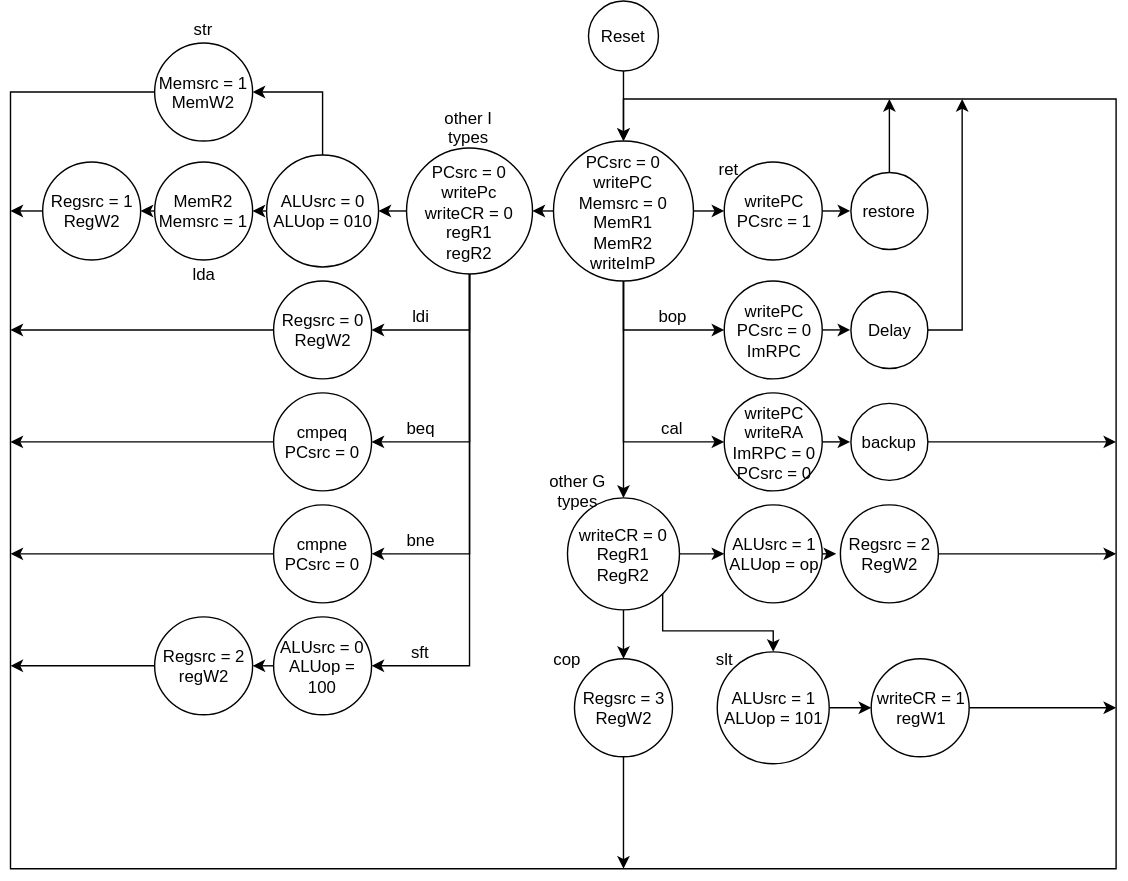
The draw.io diagram Design/images/FSM.svg in Baileymnm1999/Baej, before a commit. Source tidied: cells renumbered, new cells last; positions are measured from the earlier drawing's top-left corner, leaving out a move shared by most shapes.
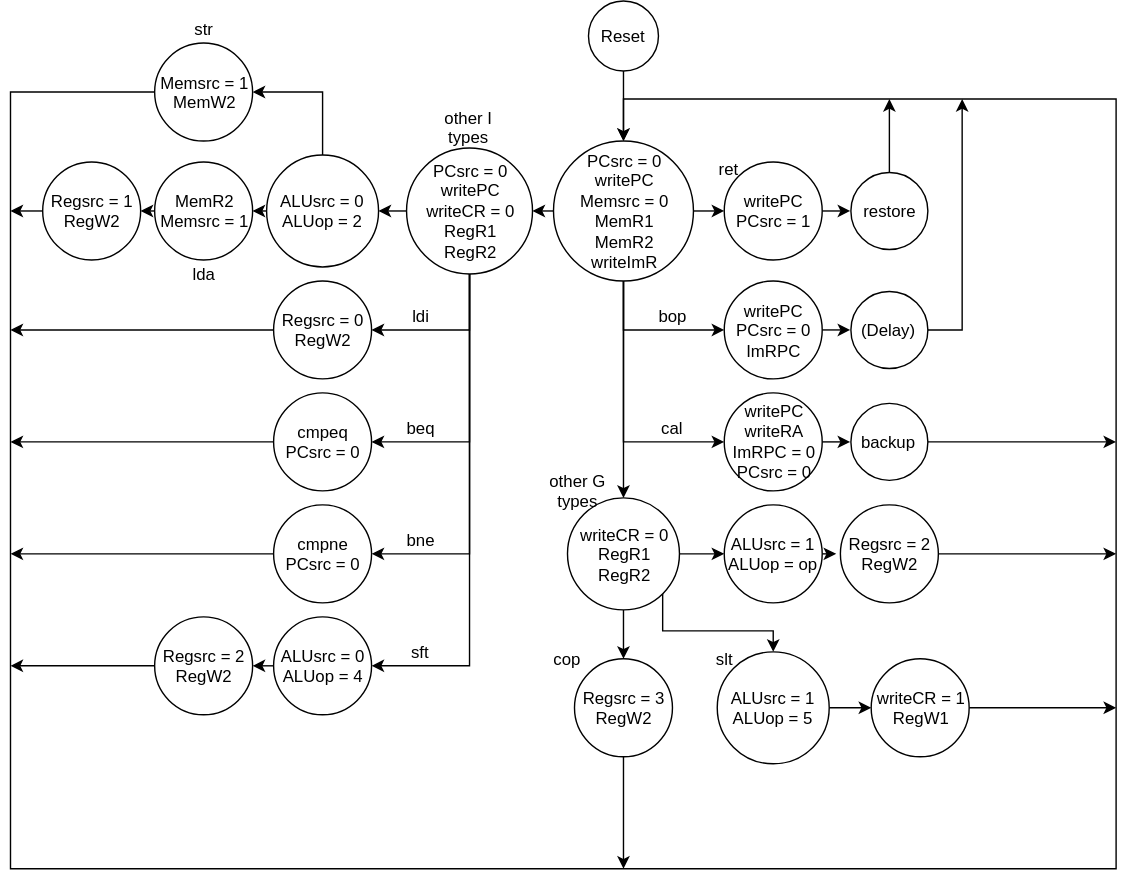
The same file after the commit.

The edit, as a diff of the source:
```diff
@@ -17,7 +17,7 @@
     <mxCell id="6" style="edgeStyle=orthogonalEdgeStyle;rounded=0;html=1;exitX=0.5;exitY=1;exitDx=0;exitDy=0;entryX=0.5;entryY=0;entryDx=0;entryDy=0;jettySize=auto;" parent="1" edge="1" source="7" target="48">
       <mxGeometry relative="1" as="geometry" />
     </mxCell>
-    <mxCell id="7" value="PCsrc = 0&lt;br&gt;writePC&lt;br&gt;Memsrc = 0&lt;br&gt;MemR1&lt;br&gt;MemR2&lt;br&gt;writeImP&lt;br&gt;" style="ellipse;whiteSpace=wrap;html=1;" parent="1" vertex="1">
+    <mxCell id="7" value="PCsrc = 0&lt;br&gt;writePC&lt;br&gt;Memsrc = 0&lt;br&gt;MemR1&lt;br&gt;MemR2&lt;br&gt;writeImR&lt;br&gt;" style="ellipse;whiteSpace=wrap;html=1;" parent="1" vertex="1">
       <mxGeometry x="387.5" y="100" width="100" height="100" as="geometry" />
     </mxCell>
     <mxCell id="8" style="edgeStyle=orthogonalEdgeStyle;rounded=0;html=1;exitX=0;exitY=0.5;exitDx=0;exitDy=0;entryX=1;entryY=0.5;entryDx=0;entryDy=0;jettySize=auto;" parent="1" edge="1" source="13" target="16">
@@ -35,7 +35,7 @@
     <mxCell id="12" style="edgeStyle=orthogonalEdgeStyle;rounded=0;html=1;exitX=0.5;exitY=1;exitDx=0;exitDy=0;entryX=1;entryY=0.5;entryDx=0;entryDy=0;jettySize=auto;" parent="1" edge="1" source="13" target="30">
       <mxGeometry relative="1" as="geometry" />
     </mxCell>
-    <mxCell id="13" value="PCsrc = 0&lt;br&gt;writePc&lt;br&gt;writeCR = 0&lt;br&gt;regR1&lt;br&gt;regR2&lt;br&gt;" style="ellipse;whiteSpace=wrap;html=1;" parent="1" vertex="1">
+    <mxCell id="13" value="PCsrc = 0&lt;br&gt;writePC&lt;br&gt;writeCR = 0&lt;br&gt;RegR1&lt;br&gt;RegR2&lt;br&gt;" style="ellipse;whiteSpace=wrap;html=1;" parent="1" vertex="1">
       <mxGeometry x="282.5" y="105" width="90" height="90" as="geometry" />
     </mxCell>
     <mxCell id="14" style="edgeStyle=orthogonalEdgeStyle;rounded=0;html=1;exitX=0;exitY=0.5;exitDx=0;exitDy=0;entryX=1;entryY=0.5;entryDx=0;entryDy=0;jettySize=auto;" parent="1" edge="1" source="16" target="18">
@@ -44,7 +44,7 @@
     <mxCell id="15" style="edgeStyle=orthogonalEdgeStyle;rounded=0;html=1;exitX=0.5;exitY=0;exitDx=0;exitDy=0;entryX=1;entryY=0.5;entryDx=0;entryDy=0;jettySize=auto;" parent="1" edge="1" source="16" target="22">
       <mxGeometry relative="1" as="geometry" />
     </mxCell>
-    <mxCell id="16" value="ALUsrc = 0&lt;br&gt;ALUop = 010&lt;br&gt;" style="ellipse;whiteSpace=wrap;html=1;" parent="1" vertex="1">
+    <mxCell id="16" value="ALUsrc = 0&lt;br&gt;ALUop = 2&lt;br&gt;" style="ellipse;whiteSpace=wrap;html=1;" parent="1" vertex="1">
       <mxGeometry x="182.5" y="110" width="80" height="80" as="geometry" />
     </mxCell>
     <mxCell id="17" style="edgeStyle=orthogonalEdgeStyle;rounded=0;html=1;exitX=0;exitY=0.5;exitDx=0;exitDy=0;entryX=1;entryY=0.5;entryDx=0;entryDy=0;jettySize=auto;" parent="1" edge="1" source="18" target="20">
@@ -102,7 +102,7 @@
     <mxCell id="29" style="edgeStyle=orthogonalEdgeStyle;rounded=0;html=1;exitX=0;exitY=0.5;exitDx=0;exitDy=0;entryX=1;entryY=0.5;entryDx=0;entryDy=0;jettySize=auto;" parent="1" edge="1" source="30" target="32">
       <mxGeometry relative="1" as="geometry" />
     </mxCell>
-    <mxCell id="30" value="ALUsrc = 0&lt;br&gt;ALUop = 100&lt;br&gt;" style="ellipse;whiteSpace=wrap;html=1;" parent="1" vertex="1">
+    <mxCell id="30" value="ALUsrc = 0&lt;br&gt;ALUop = 4&lt;br&gt;" style="ellipse;whiteSpace=wrap;html=1;" parent="1" vertex="1">
       <mxGeometry x="187.5" y="440" width="70" height="70" as="geometry" />
     </mxCell>
     <mxCell id="31" style="edgeStyle=orthogonalEdgeStyle;rounded=0;html=1;exitX=0;exitY=0.5;exitDx=0;exitDy=0;jettySize=auto;" parent="1" edge="1" source="32">
@@ -110,7 +110,7 @@
         <mxPoint y="475" as="targetPoint" />
       </mxGeometry>
     </mxCell>
-    <mxCell id="32" value="Regsrc = 2&lt;br&gt;regW2&lt;br&gt;" style="ellipse;whiteSpace=wrap;html=1;" parent="1" vertex="1">
+    <mxCell id="32" value="Regsrc = 2&lt;br&gt;RegW2&lt;br&gt;" style="ellipse;whiteSpace=wrap;html=1;" parent="1" vertex="1">
       <mxGeometry x="102.5" y="440" width="70" height="70" as="geometry" />
     </mxCell>
     <mxCell id="33" style="edgeStyle=orthogonalEdgeStyle;rounded=0;html=1;exitX=1;exitY=0.5;exitDx=0;exitDy=0;entryX=0;entryY=0.5;entryDx=0;entryDy=0;jettySize=auto;" parent="1" edge="1" source="34" target="36">
@@ -138,7 +138,7 @@
         <mxPoint x="680" y="70" as="targetPoint" />
       </mxGeometry>
     </mxCell>
-    <mxCell id="40" value="Delay&lt;br&gt;" style="ellipse;whiteSpace=wrap;html=1;" parent="1" vertex="1">
+    <mxCell id="40" value="(Delay)&lt;br&gt;" style="ellipse;whiteSpace=wrap;html=1;" parent="1" vertex="1">
       <mxGeometry x="600" y="207.5" width="55" height="55" as="geometry" />
     </mxCell>
     <mxCell id="41" style="edgeStyle=orthogonalEdgeStyle;rounded=0;html=1;exitX=1;exitY=0.5;exitDx=0;exitDy=0;entryX=0;entryY=0.5;entryDx=0;entryDy=0;jettySize=auto;" parent="1" edge="1" source="42" target="44">
@@ -191,7 +191,7 @@
     <mxCell id="53" style="edgeStyle=orthogonalEdgeStyle;rounded=0;html=1;exitX=1;exitY=0.5;exitDx=0;exitDy=0;entryX=0;entryY=0.5;entryDx=0;entryDy=0;jettySize=auto;" parent="1" edge="1" source="54" target="56">
       <mxGeometry relative="1" as="geometry" />
     </mxCell>
-    <mxCell id="54" value="ALUsrc = 1&lt;br&gt;ALUop = 101&lt;br&gt;" style="ellipse;whiteSpace=wrap;html=1;" parent="1" vertex="1">
+    <mxCell id="54" value="ALUsrc = 1&lt;br&gt;ALUop = 5&lt;br&gt;" style="ellipse;whiteSpace=wrap;html=1;" parent="1" vertex="1">
       <mxGeometry x="505" y="465" width="80" height="80" as="geometry" />
     </mxCell>
     <mxCell id="55" style="edgeStyle=orthogonalEdgeStyle;rounded=0;html=1;exitX=1;exitY=0.5;exitDx=0;exitDy=0;jettySize=auto;" parent="1" edge="1" source="56">
@@ -199,7 +199,7 @@
         <mxPoint x="790" y="505" as="targetPoint" />
       </mxGeometry>
     </mxCell>
-    <mxCell id="56" value="writeCR = 1&lt;br&gt;regW1&lt;br&gt;" style="ellipse;whiteSpace=wrap;html=1;" parent="1" vertex="1">
+    <mxCell id="56" value="writeCR = 1&lt;br&gt;RegW1&lt;br&gt;" style="ellipse;whiteSpace=wrap;html=1;" parent="1" vertex="1">
       <mxGeometry x="615" y="470" width="70" height="70" as="geometry" />
     </mxCell>
     <mxCell id="57" style="edgeStyle=orthogonalEdgeStyle;rounded=0;html=1;exitX=1;exitY=0.5;exitDx=0;exitDy=0;jettySize=auto;" parent="1" edge="1" source="58">
```
